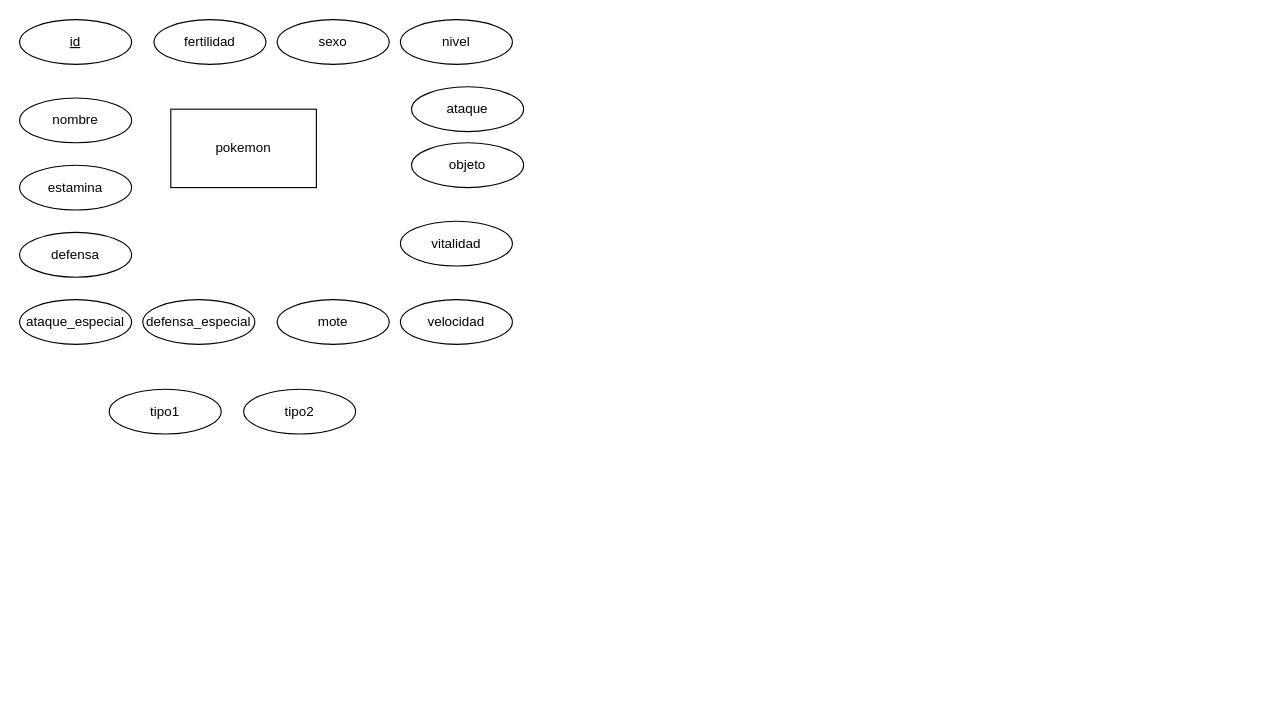
GabriLoren/Pokemon keeps this draw.io diagram as bd/Entidad-Relacion-Pokemon.drawio. Above is the earlier version. Source tidied: cells renumbered, new cells numbered last; positions are measured from the earlier drawing's top-left corner, leaving out a move shared by most shapes. Both pictures are drawn from the tidied source at 112%, with x=0, y=0 at pixel (19, 19).
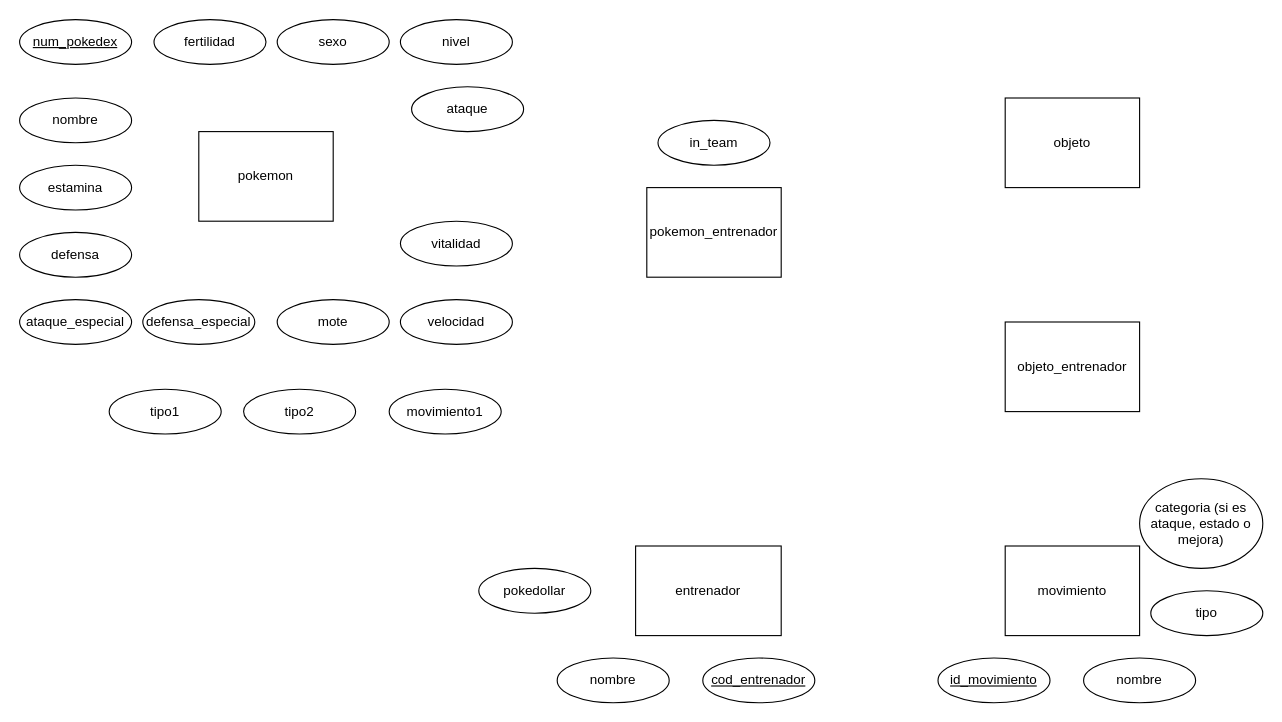
The same diagram, later.

Commit message (it also covers changes not shown here):
Progreso diagrama entidad-relación

What changed in the source:
```diff
@@
     <mxCell id="2" value="pokemon" style="whiteSpace=wrap;html=1;align=center;" parent="1" vertex="1">
-      <mxGeometry x="135" y="80" width="130" height="70" as="geometry" />
+      <mxGeometry x="160" y="100" width="120" height="80" as="geometry" />
     </mxCell>
-    <mxCell id="3" value="id" style="ellipse;whiteSpace=wrap;html=1;align=center;fontStyle=4;" parent="1" vertex="1">
+    <mxCell id="3" value="num_pokedex" style="ellipse;whiteSpace=wrap;html=1;align=center;fontStyle=4;" parent="1" vertex="1">
       <mxGeometry width="100" height="40" as="geometry" />
     </mxCell>
@@
-    <mxCell id="16" value="objeto" style="ellipse;whiteSpace=wrap;html=1;align=center;" parent="1" vertex="1">
-      <mxGeometry x="350" y="110" width="100" height="40" as="geometry" />
-    </mxCell>
@@
+    <mxCell id="19" value="pokemon_entrenador" style="whiteSpace=wrap;html=1;align=center;" parent="1" vertex="1">
+      <mxGeometry x="560" y="150" width="120" height="80" as="geometry" />
+    </mxCell>
+    <mxCell id="20" value="movimiento1" style="ellipse;whiteSpace=wrap;html=1;align=center;" parent="1" vertex="1">
+      <mxGeometry x="330" y="330" width="100" height="40" as="geometry" />
+    </mxCell>
+    <mxCell id="21" value="movimiento" style="whiteSpace=wrap;html=1;align=center;" parent="1" vertex="1">
+      <mxGeometry x="880" y="470" width="120" height="80" as="geometry" />
+    </mxCell>
+    <mxCell id="16" value="objeto" style="whiteSpace=wrap;html=1;align=center;" parent="1" vertex="1">
+      <mxGeometry x="880" y="70" width="120" height="80" as="geometry" />
+    </mxCell>
+    <mxCell id="22" value="entrenador" style="whiteSpace=wrap;html=1;align=center;" parent="1" vertex="1">
+      <mxGeometry x="550" y="470" width="130" height="80" as="geometry" />
+    </mxCell>
+    <mxCell id="23" value="in_team" style="ellipse;whiteSpace=wrap;html=1;align=center;" parent="1" vertex="1">
+      <mxGeometry x="570" y="90" width="100" height="40" as="geometry" />
+    </mxCell>
+    <mxCell id="24" value="nombre" style="ellipse;whiteSpace=wrap;html=1;align=center;" parent="1" vertex="1">
+      <mxGeometry x="480" y="570" width="100" height="40" as="geometry" />
+    </mxCell>
+    <mxCell id="25" value="cod_entrenador" style="ellipse;whiteSpace=wrap;html=1;align=center;fontStyle=4;" parent="1" vertex="1">
+      <mxGeometry x="610" y="570" width="100" height="40" as="geometry" />
+    </mxCell>
+    <mxCell id="26" value="pokedollar" style="ellipse;whiteSpace=wrap;html=1;align=center;" parent="1" vertex="1">
+      <mxGeometry x="410" y="490" width="100" height="40" as="geometry" />
+    </mxCell>
+    <mxCell id="27" value="objeto_entrenador" style="whiteSpace=wrap;html=1;align=center;" parent="1" vertex="1">
+      <mxGeometry x="880" y="270" width="120" height="80" as="geometry" />
+    </mxCell>
+    <mxCell id="28" value="id_movimiento" style="ellipse;whiteSpace=wrap;html=1;align=center;fontStyle=4;" parent="1" vertex="1">
+      <mxGeometry x="820" y="570" width="100" height="40" as="geometry" />
+    </mxCell>
+    <mxCell id="29" value="nombre" style="ellipse;whiteSpace=wrap;html=1;align=center;" parent="1" vertex="1">
+      <mxGeometry x="950" y="570" width="100" height="40" as="geometry" />
+    </mxCell>
+    <mxCell id="30" value="tipo" style="ellipse;whiteSpace=wrap;html=1;align=center;" parent="1" vertex="1">
+      <mxGeometry x="1010" y="510" width="100" height="40" as="geometry" />
+    </mxCell>
+    <mxCell id="31" value="categoria (si es ataque, estado o mejora)" style="ellipse;whiteSpace=wrap;html=1;align=center;" parent="1" vertex="1">
+      <mxGeometry x="1000" y="410" width="110" height="80" as="geometry" />
+    </mxCell>
```
